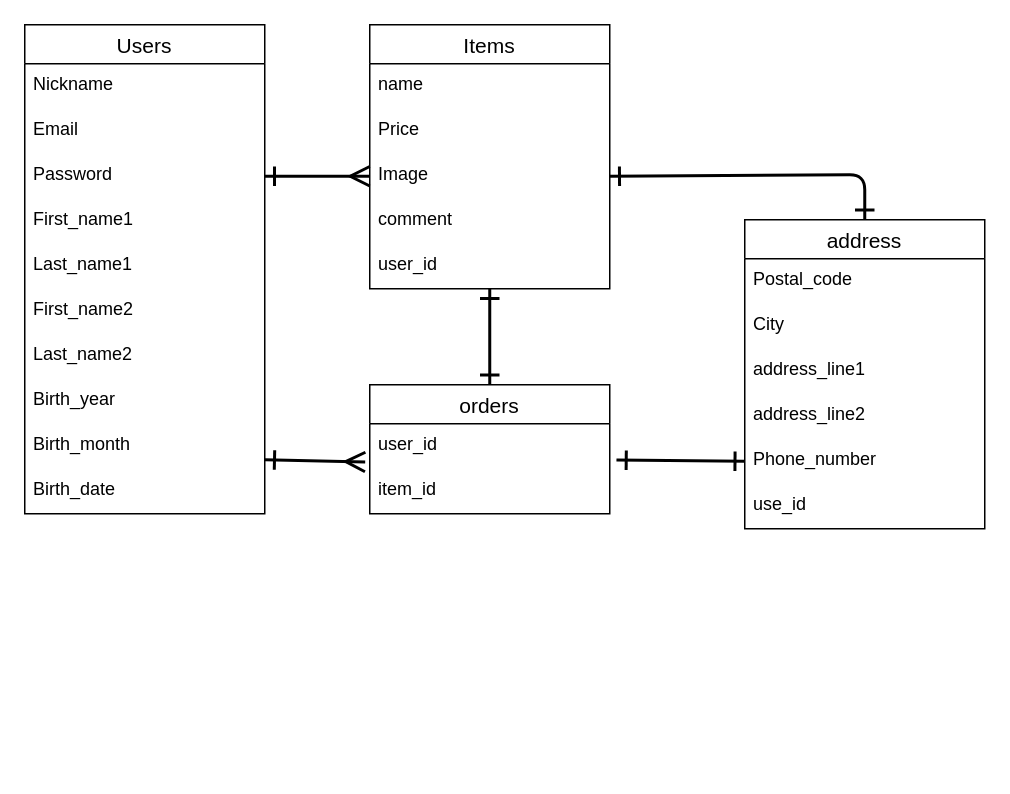
The draw.io diagram test.dio in Onigiriyama/furima-41238, before the edit. Source tidied: cells renumbered, new cells numbered last; positions are measured from the earlier drawing's top-left corner, leaving out a move shared by most shapes. Both pictures are drawn from the tidied source at 150%, with x=0, y=0 at pixel (24, 24).
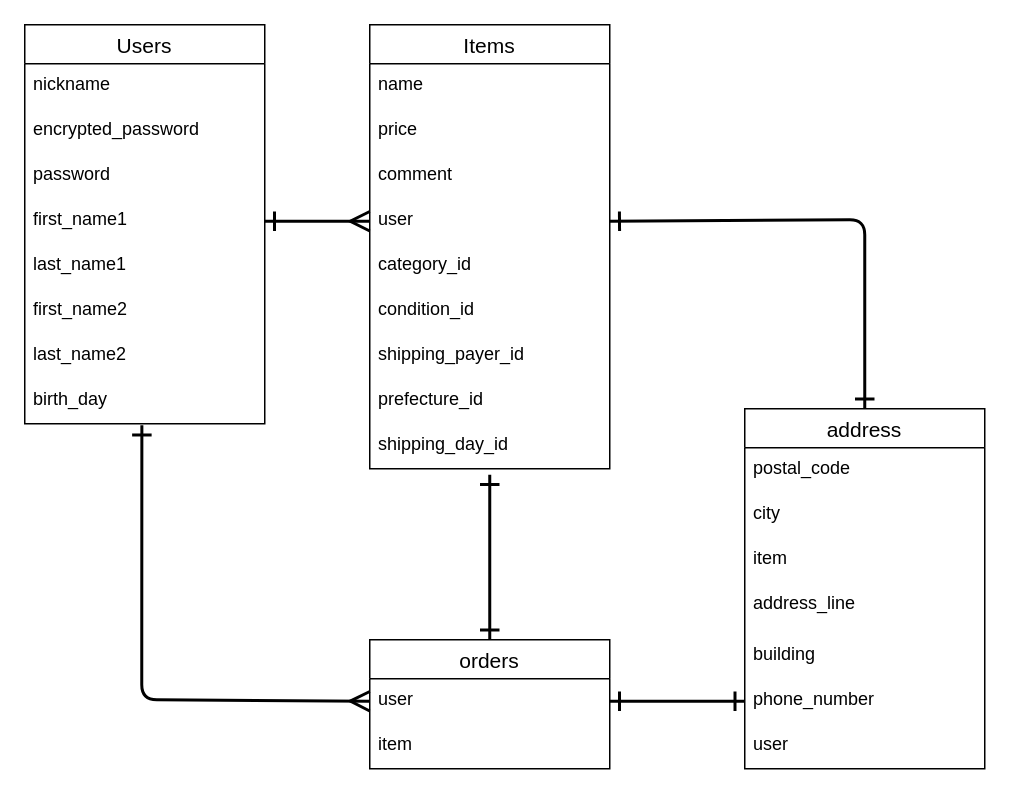
The same diagram, later.

Change to the diagram source:
```diff
@@
     <mxCell id="2" value="Users" style="swimlane;fontStyle=0;horizontal=1;startSize=26;align=center;fontSize=14;" parent="1" vertex="1">
-      <mxGeometry width="160" height="326" as="geometry" />
+      <mxGeometry width="160" height="266" as="geometry" />
     </mxCell>
-    <mxCell id="3" value="Nickname" style="text;strokeColor=none;fillColor=none;spacingLeft=4;spacingRight=4;overflow=hidden;fontSize=12;" parent="2" vertex="1">
+    <mxCell id="3" value="nickname" style="text;strokeColor=none;fillColor=none;spacingLeft=4;spacingRight=4;overflow=hidden;fontSize=12;" parent="2" vertex="1">
       <mxGeometry y="26" width="160" height="30" as="geometry" />
     </mxCell>
-    <mxCell id="4" value="Email" style="text;strokeColor=none;fillColor=none;spacingLeft=4;spacingRight=4;overflow=hidden;fontSize=12;" parent="2" vertex="1">
+    <mxCell id="4" value="encrypted_password" style="text;strokeColor=none;fillColor=none;spacingLeft=4;spacingRight=4;overflow=hidden;fontSize=12;" parent="2" vertex="1">
       <mxGeometry y="56" width="160" height="30" as="geometry" />
     </mxCell>
-    <mxCell id="5" value="Password" style="text;strokeColor=none;fillColor=none;spacingLeft=4;spacingRight=4;overflow=hidden;points=[[0,0.5],[1,0.5]];portConstraint=eastwest;fontSize=12;" parent="2" vertex="1">
+    <mxCell id="5" value="password" style="text;strokeColor=none;fillColor=none;spacingLeft=4;spacingRight=4;overflow=hidden;points=[[0,0.5],[1,0.5]];portConstraint=eastwest;fontSize=12;" parent="2" vertex="1">
       <mxGeometry y="86" width="160" height="30" as="geometry" />
     </mxCell>
-    <mxCell id="6" value="First_name1" style="text;strokeColor=none;fillColor=none;spacingLeft=4;spacingRight=4;overflow=hidden;points=[[0,0.5],[1,0.5]];portConstraint=eastwest;fontSize=12;" parent="2" vertex="1">
+    <mxCell id="6" value="first_name1" style="text;strokeColor=none;fillColor=none;spacingLeft=4;spacingRight=4;overflow=hidden;points=[[0,0.5],[1,0.5]];portConstraint=eastwest;fontSize=12;" parent="2" vertex="1">
       <mxGeometry y="116" width="160" height="30" as="geometry" />
     </mxCell>
-    <mxCell id="7" value="Last_name1" style="text;strokeColor=none;fillColor=none;spacingLeft=4;spacingRight=4;overflow=hidden;fontSize=12;" parent="2" vertex="1">
+    <mxCell id="7" value="last_name1" style="text;strokeColor=none;fillColor=none;spacingLeft=4;spacingRight=4;overflow=hidden;fontSize=12;" parent="2" vertex="1">
       <mxGeometry y="146" width="160" height="30" as="geometry" />
     </mxCell>
-    <mxCell id="8" value="First_name2" style="text;strokeColor=none;fillColor=none;spacingLeft=4;spacingRight=4;overflow=hidden;fontSize=12;" parent="2" vertex="1">
+    <mxCell id="8" value="first_name2" style="text;strokeColor=none;fillColor=none;spacingLeft=4;spacingRight=4;overflow=hidden;fontSize=12;" parent="2" vertex="1">
       <mxGeometry y="176" width="160" height="30" as="geometry" />
     </mxCell>
-    <mxCell id="9" value="Last_name2&#10;" style="text;strokeColor=none;fillColor=none;spacingLeft=4;spacingRight=4;overflow=hidden;fontSize=12;" parent="2" vertex="1">
+    <mxCell id="9" value="last_name2&#10;" style="text;strokeColor=none;fillColor=none;spacingLeft=4;spacingRight=4;overflow=hidden;fontSize=12;" parent="2" vertex="1">
       <mxGeometry y="206" width="160" height="30" as="geometry" />
     </mxCell>
-    <mxCell id="10" value="Birth_year" style="text;strokeColor=none;fillColor=none;spacingLeft=4;spacingRight=4;overflow=hidden;points=[[0,0.5],[1,0.5]];portConstraint=eastwest;fontSize=12;" parent="2" vertex="1">
+    <mxCell id="10" value="birth_day" style="text;strokeColor=none;fillColor=none;spacingLeft=4;spacingRight=4;overflow=hidden;points=[[0,0.5],[1,0.5]];portConstraint=eastwest;fontSize=12;" parent="2" vertex="1">
       <mxGeometry y="236" width="160" height="30" as="geometry" />
     </mxCell>
-    <mxCell id="11" value="Birth_month" style="text;strokeColor=none;fillColor=none;spacingLeft=4;spacingRight=4;overflow=hidden;fontSize=12;" parent="2" vertex="1">
-      <mxGeometry y="266" width="160" height="30" as="geometry" />
-    </mxCell>
-    <mxCell id="12" value="Birth_date" style="text;strokeColor=none;fillColor=none;spacingLeft=4;spacingRight=4;overflow=hidden;fontSize=12;" parent="2" vertex="1">
-      <mxGeometry y="296" width="160" height="30" as="geometry" />
-    </mxCell>
     <mxCell id="13" value="orders" style="swimlane;fontStyle=0;horizontal=1;startSize=26;align=center;fontSize=14;" parent="1" vertex="1">
-      <mxGeometry x="230" y="240" width="160" height="86" as="geometry" />
+      <mxGeometry x="230" y="410" width="160" height="86" as="geometry" />
     </mxCell>
-    <mxCell id="14" value="user_id" style="text;strokeColor=none;fillColor=none;spacingLeft=4;spacingRight=4;overflow=hidden;points=[[0,0.5],[1,0.5]];portConstraint=eastwest;fontSize=12;" parent="13" vertex="1">
+    <mxCell id="14" value="user" style="text;strokeColor=none;fillColor=none;spacingLeft=4;spacingRight=4;overflow=hidden;points=[[0,0.5],[1,0.5]];portConstraint=eastwest;fontSize=12;" parent="13" vertex="1">
       <mxGeometry y="26" width="160" height="30" as="geometry" />
     </mxCell>
-    <mxCell id="15" value="item_id" style="text;strokeColor=none;fillColor=none;spacingLeft=4;spacingRight=4;overflow=hidden;fontSize=12;" parent="13" vertex="1">
+    <mxCell id="15" value="item" style="text;strokeColor=none;fillColor=none;spacingLeft=4;spacingRight=4;overflow=hidden;fontSize=12;" parent="13" vertex="1">
       <mxGeometry y="56" width="160" height="30" as="geometry" />
     </mxCell>
     <mxCell id="16" value="Items" style="swimlane;fontStyle=0;horizontal=1;startSize=26;align=center;fontSize=14;" parent="1" vertex="1">
-      <mxGeometry x="230" width="160" height="176" as="geometry" />
+      <mxGeometry x="230" width="160" height="296" as="geometry" />
     </mxCell>
@@
-    <mxCell id="18" value="Price" style="text;strokeColor=none;fillColor=none;spacingLeft=4;spacingRight=4;overflow=hidden;fontSize=12;" parent="16" vertex="1">
+    <mxCell id="18" value="price" style="text;strokeColor=none;fillColor=none;spacingLeft=4;spacingRight=4;overflow=hidden;fontSize=12;" parent="16" vertex="1">
       <mxGeometry y="56" width="160" height="30" as="geometry" />
     </mxCell>
-    <mxCell id="19" value="Image" style="text;strokeColor=none;fillColor=none;spacingLeft=4;spacingRight=4;overflow=hidden;points=[[0,0.5],[1,0.5]];portConstraint=eastwest;fontSize=12;" parent="16" vertex="1">
-      <mxGeometry y="86" width="160" height="30" as="geometry" />
-    </mxCell>
     <mxCell id="20" value="comment" style="text;strokeColor=none;fillColor=none;spacingLeft=4;spacingRight=4;overflow=hidden;fontSize=12;" parent="16" vertex="1">
-      <mxGeometry y="116" width="160" height="30" as="geometry" />
+      <mxGeometry y="86" width="160" height="30" as="geometry" />
     </mxCell>
-    <mxCell id="21" value="user_id" style="text;strokeColor=none;fillColor=none;spacingLeft=4;spacingRight=4;overflow=hidden;points=[[0,0.5],[1,0.5]];portConstraint=eastwest;fontSize=12;" parent="16" vertex="1">
-      <mxGeometry y="146" width="160" height="30" as="geometry" />
+    <mxCell id="21" value="user" style="text;strokeColor=none;fillColor=none;spacingLeft=4;spacingRight=4;overflow=hidden;points=[[0,0.5],[1,0.5]];portConstraint=eastwest;fontSize=12;" parent="16" vertex="1">
+      <mxGeometry y="116" width="160" height="30" as="geometry" />
     </mxCell>
+    <mxCell id="34" value="category_id" style="text;strokeColor=none;fillColor=none;spacingLeft=4;spacingRight=4;overflow=hidden;fontSize=12;" parent="16" vertex="1">
+      <mxGeometry y="146" width="160" height="30" as="geometry" />
+    </mxCell>
+    <mxCell id="35" value="condition_id" style="text;strokeColor=none;fillColor=none;spacingLeft=4;spacingRight=4;overflow=hidden;fontSize=12;" parent="16" vertex="1">
+      <mxGeometry y="176" width="160" height="30" as="geometry" />
+    </mxCell>
+    <mxCell id="36" value="shipping_payer_id" style="text;strokeColor=none;fillColor=none;spacingLeft=4;spacingRight=4;overflow=hidden;fontSize=12;" parent="16" vertex="1">
+      <mxGeometry y="206" width="160" height="30" as="geometry" />
+    </mxCell>
+    <mxCell id="37" value="prefecture_id" style="text;strokeColor=none;fillColor=none;spacingLeft=4;spacingRight=4;overflow=hidden;fontSize=12;" parent="16" vertex="1">
+      <mxGeometry y="236" width="160" height="30" as="geometry" />
+    </mxCell>
+    <mxCell id="38" value="shipping_day_id" style="text;strokeColor=none;fillColor=none;spacingLeft=4;spacingRight=4;overflow=hidden;fontSize=12;" parent="16" vertex="1">
+      <mxGeometry y="266" width="160" height="30" as="geometry" />
+    </mxCell>
     <mxCell id="22" value="address" style="swimlane;fontStyle=0;horizontal=1;startSize=26;align=center;fontSize=14;" parent="1" vertex="1">
-      <mxGeometry x="480" y="130" width="160" height="206" as="geometry" />
+      <mxGeometry x="480" y="256" width="160" height="240" as="geometry" />
     </mxCell>
-    <mxCell id="23" value="Postal_code" style="text;strokeColor=none;fillColor=none;spacingLeft=4;spacingRight=4;overflow=hidden;fontSize=12;" parent="22" vertex="1">
+    <mxCell id="23" value="postal_code" style="text;strokeColor=none;fillColor=none;spacingLeft=4;spacingRight=4;overflow=hidden;fontSize=12;" parent="22" vertex="1">
       <mxGeometry y="26" width="160" height="30" as="geometry" />
     </mxCell>
-    <mxCell id="24" value="City&#10;" style="text;strokeColor=none;fillColor=none;spacingLeft=4;spacingRight=4;overflow=hidden;fontSize=12;" parent="22" vertex="1">
+    <mxCell id="24" value="city" style="text;strokeColor=none;fillColor=none;spacingLeft=4;spacingRight=4;overflow=hidden;fontSize=12;" parent="22" vertex="1">
       <mxGeometry y="56" width="160" height="30" as="geometry" />
     </mxCell>
+    <mxCell id="39" value="item" style="text;strokeColor=none;fillColor=none;spacingLeft=4;spacingRight=4;overflow=hidden;fontSize=12;" parent="22" vertex="1">
+      <mxGeometry y="86" width="160" height="30" as="geometry" />
+    </mxCell>
-    <mxCell id="25" value="address_line1&#10;" style="text;strokeColor=none;fillColor=none;spacingLeft=4;spacingRight=4;overflow=hidden;fontSize=12;" parent="22" vertex="1">
-      <mxGeometry y="86" width="160" height="30" as="geometry" />
+    <mxCell id="25" value="address_line" style="text;strokeColor=none;fillColor=none;spacingLeft=4;spacingRight=4;overflow=hidden;fontSize=12;" parent="22" vertex="1">
+      <mxGeometry y="116" width="160" height="34" as="geometry" />
     </mxCell>
-    <mxCell id="26" value="address_line2" style="text;strokeColor=none;fillColor=none;spacingLeft=4;spacingRight=4;overflow=hidden;fontSize=12;" parent="22" vertex="1">
-      <mxGeometry y="116" width="160" height="30" as="geometry" />
+    <mxCell id="26" value="building" style="text;strokeColor=none;fillColor=none;spacingLeft=4;spacingRight=4;overflow=hidden;fontSize=12;" parent="22" vertex="1">
+      <mxGeometry y="150" width="160" height="30" as="geometry" />
     </mxCell>
-    <mxCell id="27" value="Phone_number" style="text;strokeColor=none;fillColor=none;spacingLeft=4;spacingRight=4;overflow=hidden;points=[[0,0.5],[1,0.5]];portConstraint=eastwest;fontSize=12;" parent="22" vertex="1">
-      <mxGeometry y="146" width="160" height="30" as="geometry" />
+    <mxCell id="27" value="phone_number" style="text;strokeColor=none;fillColor=none;spacingLeft=4;spacingRight=4;overflow=hidden;points=[[0,0.5],[1,0.5]];portConstraint=eastwest;fontSize=12;" parent="22" vertex="1">
+      <mxGeometry y="180" width="160" height="30" as="geometry" />
     </mxCell>
-    <mxCell id="28" value="use_id" style="text;strokeColor=none;fillColor=none;spacingLeft=4;spacingRight=4;overflow=hidden;fontSize=12;" parent="22" vertex="1">
-      <mxGeometry y="176" width="160" height="30" as="geometry" />
+    <mxCell id="28" value="user" style="text;strokeColor=none;fillColor=none;spacingLeft=4;spacingRight=4;overflow=hidden;fontSize=12;" parent="22" vertex="1">
+      <mxGeometry y="210" width="160" height="30" as="geometry" />
     </mxCell>
-    <mxCell id="29" style="edgeStyle=none;html=1;exitX=1;exitY=0.5;exitDx=0;exitDy=0;entryX=0;entryY=0.5;entryDx=0;entryDy=0;startArrow=ERone;startFill=0;endArrow=ERmany;endFill=0;strokeWidth=2;endSize=10;startSize=10;" parent="1" edge="1" source="5" target="19">
-      <mxGeometry relative="1" as="geometry">
-        <Array as="points">
-          <mxPoint x="180" y="101" />
-        </Array>
-      </mxGeometry>
+    <mxCell id="29" style="edgeStyle=none;html=1;exitX=1;exitY=0.5;exitDx=0;exitDy=0;entryX=0;entryY=0.5;entryDx=0;entryDy=0;startArrow=ERone;startFill=0;endArrow=ERmany;endFill=0;strokeWidth=2;endSize=10;startSize=10;" parent="1" edge="1" source="6" target="21">
+      <mxGeometry relative="1" as="geometry" />
     </mxCell>
-    <mxCell id="30" style="edgeStyle=none;html=1;strokeWidth=2;startArrow=ERone;startFill=0;endArrow=ERone;endFill=0;startSize=10;endSize=10;entryX=0.5;entryY=0;entryDx=0;entryDy=0;" parent="1" edge="1" source="21" target="13">
-      <mxGeometry relative="1" as="geometry" />
+    <mxCell id="30" style="edgeStyle=none;html=1;strokeWidth=2;startArrow=ERone;startFill=0;endArrow=ERone;endFill=0;startSize=10;endSize=10;" parent="1" edge="1">
+      <mxGeometry relative="1" as="geometry">
+        <mxPoint x="310" y="300" as="sourcePoint" />
+        <mxPoint x="310" y="410" as="targetPoint" />
+      </mxGeometry>
     </mxCell>
-    <mxCell id="31" style="edgeStyle=none;html=1;strokeWidth=2;startArrow=ERone;startFill=0;endArrow=ERmany;endFill=0;startSize=10;endSize=10;entryX=-0.019;entryY=0.85;entryDx=0;entryDy=0;entryPerimeter=0;" parent="1" edge="1" target="14">
+    <mxCell id="31" style="edgeStyle=none;html=1;strokeWidth=2;startArrow=ERone;startFill=0;endArrow=ERmany;endFill=0;startSize=10;endSize=10;entryX=0;entryY=0.5;entryDx=0;entryDy=0;exitX=0.488;exitY=1.033;exitDx=0;exitDy=0;exitPerimeter=0;" parent="1" edge="1" source="10" target="14">
       <mxGeometry relative="1" as="geometry">
-        <mxPoint x="160" y="290" as="sourcePoint" />
+        <Array as="points">
+          <mxPoint x="78" y="450" />
+        </Array>
       </mxGeometry>
     </mxCell>
-    <mxCell id="32" style="edgeStyle=none;html=1;exitX=1.028;exitY=0.808;exitDx=0;exitDy=0;entryX=0;entryY=0.5;entryDx=0;entryDy=0;strokeWidth=2;startArrow=ERone;startFill=0;endArrow=ERone;endFill=0;startSize=10;endSize=10;exitPerimeter=0;" parent="1" edge="1" source="14" target="27">
+    <mxCell id="32" style="edgeStyle=none;html=1;exitX=1;exitY=0.5;exitDx=0;exitDy=0;entryX=0;entryY=0.5;entryDx=0;entryDy=0;strokeWidth=2;startArrow=ERone;startFill=0;endArrow=ERone;endFill=0;startSize=10;endSize=10;" parent="1" edge="1" source="14" target="27">
       <mxGeometry relative="1" as="geometry" />
     </mxCell>
-    <mxCell id="33" style="edgeStyle=none;html=1;exitX=1;exitY=0.5;exitDx=0;exitDy=0;entryX=0.5;entryY=0;entryDx=0;entryDy=0;strokeWidth=2;startArrow=ERone;startFill=0;endArrow=ERone;endFill=0;startSize=10;endSize=10;" parent="1" edge="1" source="19" target="22">
+    <mxCell id="33" style="edgeStyle=none;html=1;strokeWidth=2;startArrow=ERone;startFill=0;endArrow=ERone;endFill=0;startSize=10;endSize=10;exitX=1;exitY=0.5;exitDx=0;exitDy=0;entryX=0.5;entryY=0;entryDx=0;entryDy=0;" parent="1" edge="1" source="21" target="22">
       <mxGeometry relative="1" as="geometry">
         <Array as="points">
-          <mxPoint x="560" y="100" />
+          <mxPoint x="560" y="130" />
         </Array>
       </mxGeometry>
     </mxCell>
```
